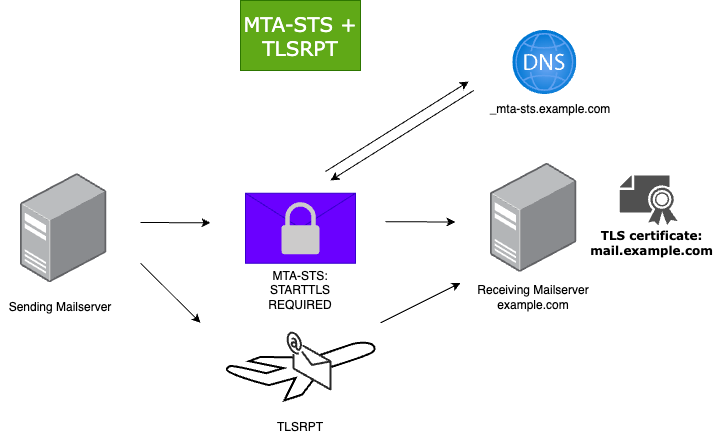
The draw.io diagram static/images/mta-sts-explained/mta-sts-tlsrpt-visual.png in vand3rlinden/vand3rlinden.github.io, before a commit. Source tidied: cells renumbered, new cells last; positions are measured from the earlier drawing's top-left corner, leaving out a move shared by most shapes.
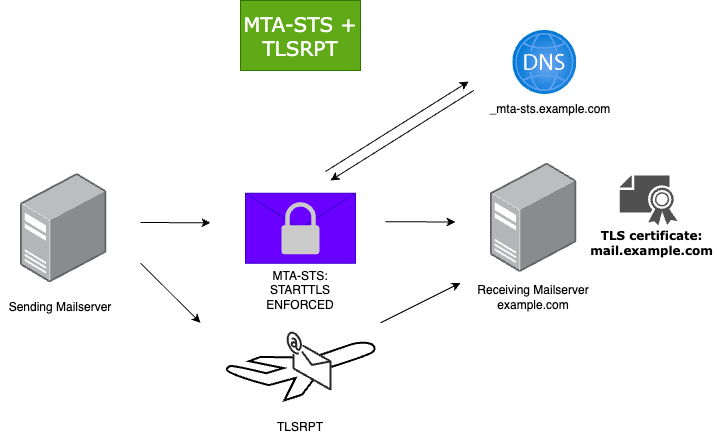
The same diagram one commit later.

Change to the diagram source:
```diff
@@ -23,7 +23,7 @@
     <mxCell id="8" style="verticalLabelPosition=bottom;html=1;verticalAlign=top;strokeWidth=1;align=center;dashed=0;shape=mxgraph.aws3d.email;strokeColor=#292929;" parent="1" vertex="1">
       <mxGeometry x="287" y="332" width="43" height="57" as="geometry" />
     </mxCell>
-    <mxCell id="9" value="MTA-STS:&lt;br&gt;STARTTLS REQUIRED" style="text;html=1;align=center;verticalAlign=middle;whiteSpace=wrap;rounded=0;" parent="1" vertex="1">
+    <mxCell id="9" value="MTA-STS:&lt;br&gt;STARTTLS ENFORCED" style="text;html=1;align=center;verticalAlign=middle;whiteSpace=wrap;rounded=0;" parent="1" vertex="1">
       <mxGeometry x="270" y="275" width="60" height="30" as="geometry" />
     </mxCell>
     <mxCell id="10" style="endArrow=classic;html=1;rounded=0;" parent="1" edge="1">
```
